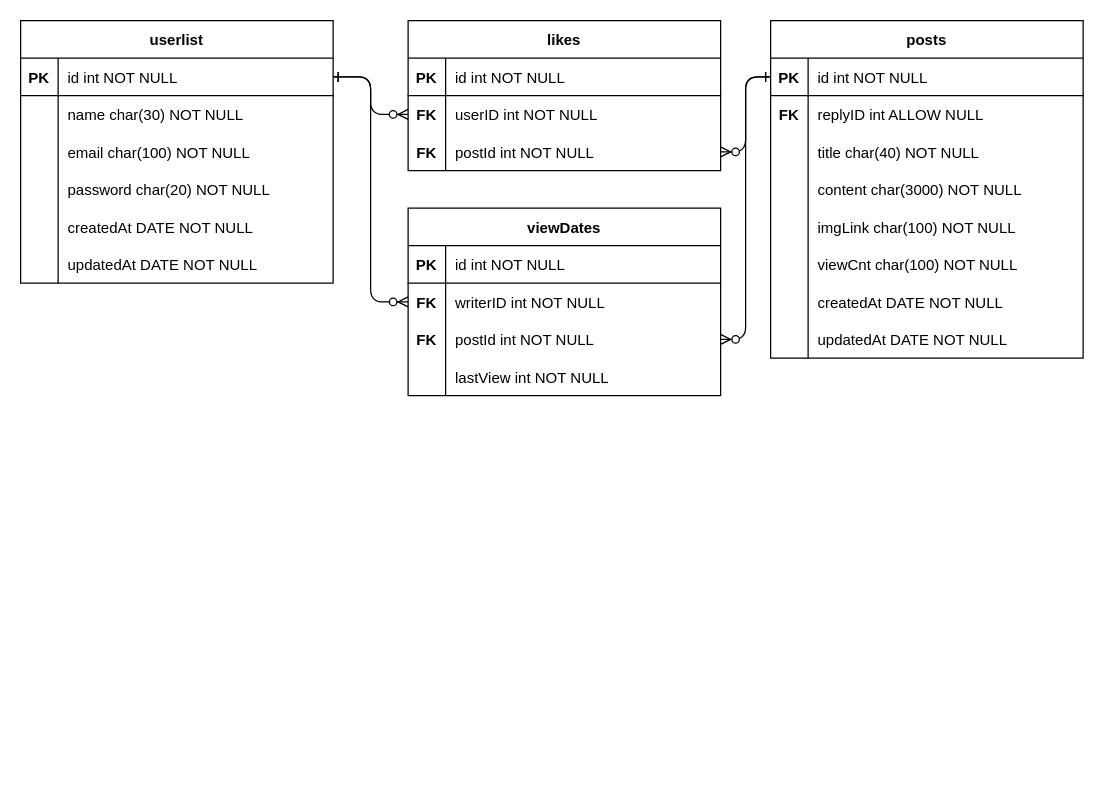
Before: erd.drawio in web5-kimgangmoon/cloneCoding4, a draw.io diagram. Source tidied: cells renumbered, new cells numbered last; positions are measured from the earlier drawing's top-left corner, leaving out a move shared by most shapes. Both pictures are drawn from the tidied source at 125%, with x=0, y=0 at pixel (20, 20).
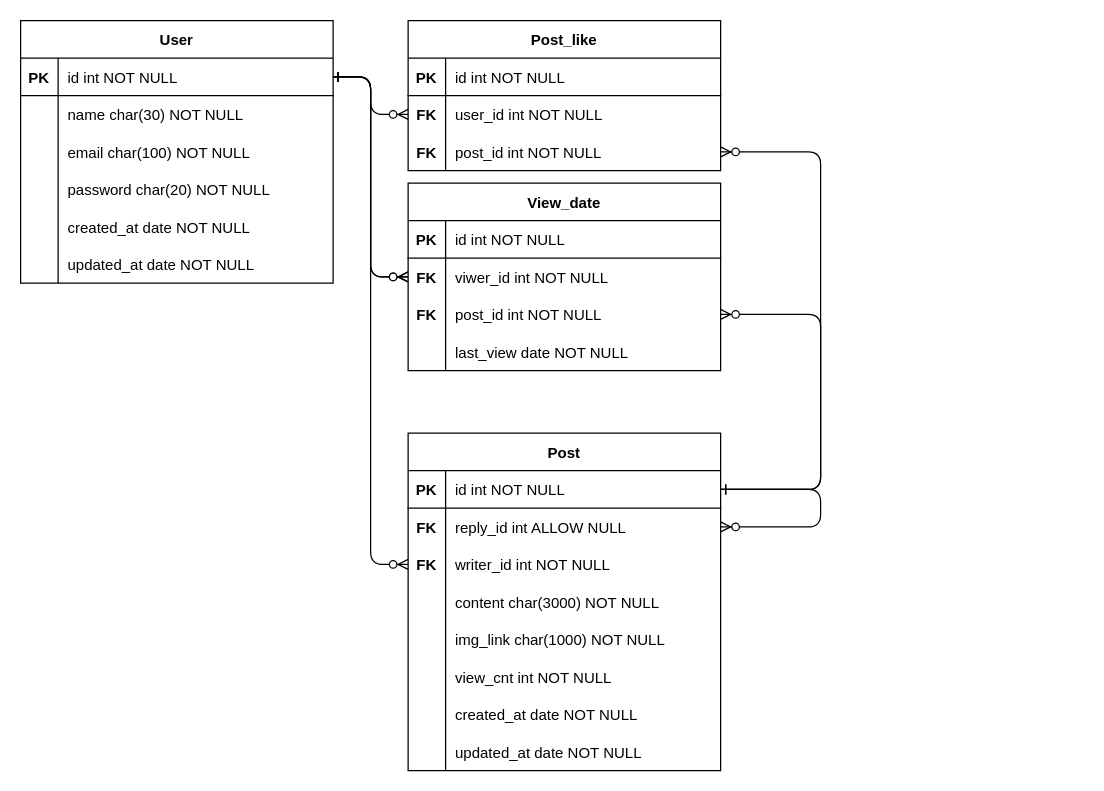
The same diagram, later.

The change refers to these unchanged cells:
```xml
<mxCell id="4" style="shape=partialRectangle;fillColor=none;points=[[0,0.5],[1,0.5]];portConstraint=eastwest;top=0;left=0;right=0;bottom=1;" parent="3" vertex="1">
  <mxGeometry y="30" width="250" height="30" as="geometry" />
</mxCell>
<mxCell id="16" style="shape=partialRectangle;fillColor=none;top=0;left=0;right=0;bottom=0;" parent="3" vertex="1">
  <mxGeometry y="150" width="250" height="30" as="geometry" />
</mxCell>
<mxCell id="19" style="shape=partialRectangle;fillColor=none;top=0;left=0;right=0;bottom=0;" parent="3" vertex="1">
  <mxGeometry y="180" width="250" height="30" as="geometry" />
</mxCell>
<mxCell id="26" style="shape=partialRectangle;fillColor=none;points=[[0,0.5],[1,0.5]];portConstraint=eastwest;top=0;left=0;right=0;bottom=0;" parent="22" vertex="1">
  <mxGeometry y="60" width="250" height="30" as="geometry" />
</mxCell>
<mxCell id="29" style="shape=partialRectangle;fillColor=none;points=[[0,0.5],[1,0.5]];portConstraint=eastwest;top=0;left=0;right=0;bottom=0;" parent="22" vertex="1">
  <mxGeometry y="90" width="250" height="30" as="geometry" />
</mxCell>
<mxCell id="33" style="shape=partialRectangle;fillColor=none;points=[[0,0.5],[1,0.5]];portConstraint=eastwest;top=0;left=0;right=0;bottom=1;" parent="32" vertex="1">
  <mxGeometry y="30" width="250" height="30" as="geometry" />
</mxCell>
<mxCell id="36" style="shape=partialRectangle;fillColor=none;points=[[0,0.5],[1,0.5]];portConstraint=eastwest;top=0;left=0;right=0;bottom=0;" parent="32" vertex="1">
  <mxGeometry y="60" width="250" height="30" as="geometry" />
</mxCell>
<mxCell id="39" style="shape=partialRectangle;fillColor=none;points=[[0,0.5],[1,0.5]];portConstraint=eastwest;top=0;left=0;right=0;bottom=0;" parent="32" vertex="1">
  <mxGeometry y="90" width="250" height="30" as="geometry" />
</mxCell>
<mxCell id="45" style="shape=partialRectangle;fillColor=none;top=0;left=0;right=0;bottom=0;" parent="32" vertex="1">
  <mxGeometry y="150" width="250" height="30" as="geometry" />
</mxCell>
<mxCell id="48" style="shape=partialRectangle;fillColor=none;top=0;left=0;right=0;bottom=0;" parent="32" vertex="1">
  <mxGeometry y="180" width="250" height="30" as="geometry" />
</mxCell>
<mxCell id="51" style="shape=partialRectangle;fillColor=none;top=0;left=0;right=0;bottom=0;" parent="32" vertex="1">
  <mxGeometry y="210" width="250" height="30" as="geometry" />
</mxCell>
<mxCell id="54" style="shape=partialRectangle;fillColor=none;top=0;left=0;right=0;bottom=0;" parent="32" vertex="1">
  <mxGeometry y="240" width="250" height="30" as="geometry" />
</mxCell>
<mxCell id="61" style="shape=partialRectangle;fillColor=none;points=[[0,0.5],[1,0.5]];portConstraint=eastwest;top=0;left=0;right=0;bottom=0;" parent="57" vertex="1">
  <mxGeometry y="60" width="250" height="30" as="geometry" />
</mxCell>
<mxCell id="64" style="shape=partialRectangle;fillColor=none;points=[[0,0.5],[1,0.5]];portConstraint=eastwest;top=0;left=0;right=0;bottom=0;" parent="57" vertex="1">
  <mxGeometry y="90" width="250" height="30" as="geometry" />
</mxCell>
<mxCell id="67" style="shape=partialRectangle;fillColor=none;top=0;left=0;right=0;bottom=0;" parent="57" vertex="1">
  <mxGeometry y="120" width="250" height="30" as="geometry" />
</mxCell>
```

The edit, as a diff of the source:
```diff
@@
-    <mxCell id="3" value="userlist" style="shape=table;startSize=30;childLayout=tableLayout;rowLines=0;fontStyle=1;align=center;" parent="1" vertex="1">
+    <mxCell id="3" value="User" style="shape=table;startSize=30;childLayout=tableLayout;rowLines=0;fontStyle=1;align=center;" parent="1" vertex="1">
       <mxGeometry width="250" height="210" as="geometry" />
     </mxCell>
@@
-    <mxCell id="18" value="createdAt DATE NOT NULL" style="shape=partialRectangle;overflow=hidden;fillColor=none;top=0;left=0;bottom=0;right=0;align=left;spacingLeft=6;" parent="16" vertex="1">
+    <mxCell id="18" value="created_at date NOT NULL" style="shape=partialRectangle;overflow=hidden;fillColor=none;top=0;left=0;bottom=0;right=0;align=left;spacingLeft=6;" parent="16" vertex="1">
       <mxGeometry x="30" width="220" height="30" as="geometry" />
     </mxCell>
@@
-    <mxCell id="21" value="updatedAt DATE NOT NULL" style="shape=partialRectangle;overflow=hidden;fillColor=none;top=0;left=0;bottom=0;right=0;align=left;spacingLeft=6;" parent="19" vertex="1">
+    <mxCell id="21" value="updated_at date NOT NULL" style="shape=partialRectangle;overflow=hidden;fillColor=none;top=0;left=0;bottom=0;right=0;align=left;spacingLeft=6;" parent="19" vertex="1">
       <mxGeometry x="30" width="220" height="30" as="geometry" />
     </mxCell>
-    <mxCell id="22" value="likes" style="shape=table;startSize=30;childLayout=tableLayout;rowLines=0;fontStyle=1;align=center;" parent="1" vertex="1">
+    <mxCell id="22" value="Post_like" style="shape=table;startSize=30;childLayout=tableLayout;rowLines=0;fontStyle=1;align=center;" parent="1" vertex="1">
       <mxGeometry x="310" width="250" height="120" as="geometry" />
     </mxCell>
@@
-    <mxCell id="28" value="userID int NOT NULL" style="shape=partialRectangle;overflow=hidden;fillColor=none;top=0;left=0;bottom=0;right=0;align=left;spacingLeft=6;" parent="26" vertex="1">
+    <mxCell id="28" value="user_id int NOT NULL" style="shape=partialRectangle;overflow=hidden;fillColor=none;top=0;left=0;bottom=0;right=0;align=left;spacingLeft=6;" parent="26" vertex="1">
       <mxGeometry x="30" width="220" height="30" as="geometry" />
     </mxCell>
@@
-    <mxCell id="31" value="postId int NOT NULL" style="shape=partialRectangle;overflow=hidden;fillColor=none;top=0;left=0;bottom=0;right=0;align=left;spacingLeft=6;" parent="29" vertex="1">
+    <mxCell id="31" value="post_id int NOT NULL" style="shape=partialRectangle;overflow=hidden;fillColor=none;top=0;left=0;bottom=0;right=0;align=left;spacingLeft=6;" parent="29" vertex="1">
       <mxGeometry x="30" width="220" height="30" as="geometry" />
     </mxCell>
-    <mxCell id="32" value="posts" style="shape=table;startSize=30;childLayout=tableLayout;rowLines=0;fontStyle=1;align=center;" parent="1" vertex="1">
-      <mxGeometry x="600" width="250" height="270" as="geometry" />
+    <mxCell id="32" value="Post" style="shape=table;startSize=30;childLayout=tableLayout;rowLines=0;fontStyle=1;align=center;" parent="1" vertex="1">
+      <mxGeometry x="310" y="330" width="250" height="270" as="geometry" />
     </mxCell>
@@
-    <mxCell id="38" value="replyID int ALLOW NULL" style="shape=partialRectangle;overflow=hidden;fillColor=none;top=0;left=0;bottom=0;right=0;align=left;spacingLeft=6;" parent="36" vertex="1">
+    <mxCell id="38" value="reply_id int ALLOW NULL" style="shape=partialRectangle;overflow=hidden;fillColor=none;top=0;left=0;bottom=0;right=0;align=left;spacingLeft=6;" parent="36" vertex="1">
       <mxGeometry x="30" width="220" height="30" as="geometry" />
     </mxCell>
@@
-    <mxCell id="40" value="&#10;" style="shape=partialRectangle;overflow=hidden;fillColor=none;top=0;left=0;bottom=0;right=0;" parent="39" vertex="1">
-      <mxGeometry width="30" height="30" as="geometry" />
-    </mxCell>
-    <mxCell id="41" value="title char(40) NOT NULL" style="shape=partialRectangle;overflow=hidden;fillColor=none;top=0;left=0;bottom=0;right=0;align=left;spacingLeft=6;" parent="39" vertex="1">
-      <mxGeometry x="30" width="220" height="30" as="geometry" />
-    </mxCell>
+    <mxCell id="73" value="FK" style="shape=partialRectangle;overflow=hidden;fillColor=none;top=0;left=0;bottom=0;right=0;fontStyle=1;" parent="39" vertex="1">
+      <mxGeometry width="30" height="30" as="geometry" />
+    </mxCell>
+    <mxCell id="74" value="writer_id int NOT NULL" style="shape=partialRectangle;overflow=hidden;fillColor=none;top=0;left=0;bottom=0;right=0;align=left;spacingLeft=6;" parent="39" vertex="1">
+      <mxGeometry x="30" width="220" height="30" as="geometry" />
+    </mxCell>
@@
-    <mxCell id="47" value="imgLink char(100) NOT NULL" style="shape=partialRectangle;overflow=hidden;fillColor=none;top=0;left=0;bottom=0;right=0;align=left;spacingLeft=6;" parent="45" vertex="1">
+    <mxCell id="47" value="img_link char(1000) NOT NULL" style="shape=partialRectangle;overflow=hidden;fillColor=none;top=0;left=0;bottom=0;right=0;align=left;spacingLeft=6;" parent="45" vertex="1">
       <mxGeometry x="30" width="220" height="30" as="geometry" />
     </mxCell>
@@
-    <mxCell id="50" value="viewCnt char(100) NOT NULL" style="shape=partialRectangle;overflow=hidden;fillColor=none;top=0;left=0;bottom=0;right=0;align=left;spacingLeft=6;" parent="48" vertex="1">
+    <mxCell id="50" value="view_cnt int NOT NULL" style="shape=partialRectangle;overflow=hidden;fillColor=none;top=0;left=0;bottom=0;right=0;align=left;spacingLeft=6;" parent="48" vertex="1">
       <mxGeometry x="30" width="220" height="30" as="geometry" />
     </mxCell>
@@
-    <mxCell id="53" value="createdAt DATE NOT NULL" style="shape=partialRectangle;overflow=hidden;fillColor=none;top=0;left=0;bottom=0;right=0;align=left;spacingLeft=6;" parent="51" vertex="1">
+    <mxCell id="53" value="created_at date NOT NULL" style="shape=partialRectangle;overflow=hidden;fillColor=none;top=0;left=0;bottom=0;right=0;align=left;spacingLeft=6;" parent="51" vertex="1">
       <mxGeometry x="30" width="220" height="30" as="geometry" />
     </mxCell>
@@
-    <mxCell id="56" value="updatedAt DATE NOT NULL" style="shape=partialRectangle;overflow=hidden;fillColor=none;top=0;left=0;bottom=0;right=0;align=left;spacingLeft=6;" parent="54" vertex="1">
+    <mxCell id="56" value="updated_at date NOT NULL" style="shape=partialRectangle;overflow=hidden;fillColor=none;top=0;left=0;bottom=0;right=0;align=left;spacingLeft=6;" parent="54" vertex="1">
       <mxGeometry x="30" width="220" height="30" as="geometry" />
     </mxCell>
+    <mxCell id="75" style="edgeStyle=elbowEdgeStyle;endArrow=ERzeroToMany;startArrow=ERone;endFill=1;startFill=0;" parent="32" edge="1" source="33" target="36">
+      <mxGeometry relative="1" as="geometry">
+        <Array as="points">
+          <mxPoint x="330" y="75" />
+        </Array>
+      </mxGeometry>
+    </mxCell>
-    <mxCell id="57" value="viewDates" style="shape=table;startSize=30;childLayout=tableLayout;rowLines=0;fontStyle=1;align=center;" parent="1" vertex="1">
-      <mxGeometry x="310" y="150" width="250" height="150" as="geometry" />
+    <mxCell id="57" value="View_date" style="shape=table;startSize=30;childLayout=tableLayout;rowLines=0;fontStyle=1;align=center;" parent="1" vertex="1">
+      <mxGeometry x="310" y="130" width="250" height="150" as="geometry" />
     </mxCell>
@@
-    <mxCell id="62" value="FK" style="shape=partialRectangle;overflow=hidden;fillColor=none;top=0;left=0;bottom=0;right=0;fontStyle=1;" parent="61" vertex="1">
-      <mxGeometry width="30" height="30" as="geometry" />
-    </mxCell>
-    <mxCell id="63" value="writerID int NOT NULL" style="shape=partialRectangle;overflow=hidden;fillColor=none;top=0;left=0;bottom=0;right=0;align=left;spacingLeft=6;" parent="61" vertex="1">
-      <mxGeometry x="30" width="220" height="30" as="geometry" />
-    </mxCell>
+    <mxCell id="76" value="FK" style="shape=partialRectangle;overflow=hidden;fillColor=none;top=0;left=0;bottom=0;right=0;fontStyle=1;" parent="61" vertex="1">
+      <mxGeometry width="30" height="30" as="geometry" />
+    </mxCell>
+    <mxCell id="77" value="viwer_id int NOT NULL" style="shape=partialRectangle;overflow=hidden;fillColor=none;top=0;left=0;bottom=0;right=0;align=left;spacingLeft=6;" parent="61" vertex="1">
+      <mxGeometry x="30" width="220" height="30" as="geometry" />
+    </mxCell>
@@
-    <mxCell id="66" value="postId int NOT NULL" style="shape=partialRectangle;overflow=hidden;fillColor=none;top=0;left=0;bottom=0;right=0;align=left;spacingLeft=6;" parent="64" vertex="1">
+    <mxCell id="66" value="post_id int NOT NULL" style="shape=partialRectangle;overflow=hidden;fillColor=none;top=0;left=0;bottom=0;right=0;align=left;spacingLeft=6;" parent="64" vertex="1">
       <mxGeometry x="30" width="220" height="30" as="geometry" />
     </mxCell>
@@
-    <mxCell id="69" value="lastView int NOT NULL" style="shape=partialRectangle;overflow=hidden;fillColor=none;top=0;left=0;bottom=0;right=0;align=left;spacingLeft=6;" parent="67" vertex="1">
+    <mxCell id="69" value="last_view date NOT NULL" style="shape=partialRectangle;overflow=hidden;fillColor=none;top=0;left=0;bottom=0;right=0;align=left;spacingLeft=6;" parent="67" vertex="1">
       <mxGeometry x="30" width="220" height="30" as="geometry" />
     </mxCell>
     <mxCell id="70" style="edgeStyle=elbowEdgeStyle;endArrow=ERzeroToMany;startArrow=ERone;endFill=1;startFill=0;" parent="1" edge="1" source="33" target="29">
-      <mxGeometry relative="1" as="geometry" />
+      <mxGeometry relative="1" as="geometry">
+        <Array as="points">
+          <mxPoint x="640" y="250" />
+        </Array>
+      </mxGeometry>
     </mxCell>
     <mxCell id="71" style="edgeStyle=elbowEdgeStyle;endArrow=ERzeroToMany;startArrow=ERone;endFill=1;startFill=0;" parent="1" edge="1" source="33" target="64">
-      <mxGeometry relative="1" as="geometry" />
+      <mxGeometry relative="1" as="geometry">
+        <Array as="points">
+          <mxPoint x="640" y="320" />
+        </Array>
+      </mxGeometry>
     </mxCell>
-    <mxCell id="72" style="edgeStyle=elbowEdgeStyle;endArrow=ERzeroToMany;startArrow=ERone;endFill=1;startFill=0;" parent="1" edge="1" source="4" target="61">
-      <mxGeometry relative="1" as="geometry" />
+    <mxCell id="72" style="edgeStyle=elbowEdgeStyle;endArrow=ERzeroToMany;startArrow=ERone;endFill=1;startFill=0;" parent="1" edge="1" source="4">
+      <mxGeometry relative="1" as="geometry">
+        <mxPoint x="310" y="205" as="targetPoint" />
+      </mxGeometry>
     </mxCell>
+    <mxCell id="78" style="edgeStyle=elbowEdgeStyle;endArrow=ERzeroToMany;startArrow=ERone;endFill=1;startFill=0;" parent="1" edge="1" source="4" target="39">
+      <mxGeometry relative="1" as="geometry">
+        <Array as="points">
+          <mxPoint x="280" y="270" />
+        </Array>
+      </mxGeometry>
+    </mxCell>
+    <mxCell id="79" style="edgeStyle=elbowEdgeStyle;endArrow=ERzeroToMany;startArrow=ERone;endFill=1;startFill=0;" parent="1" edge="1" source="4" target="61">
+      <mxGeometry relative="1" as="geometry" />
+    </mxCell>
```
